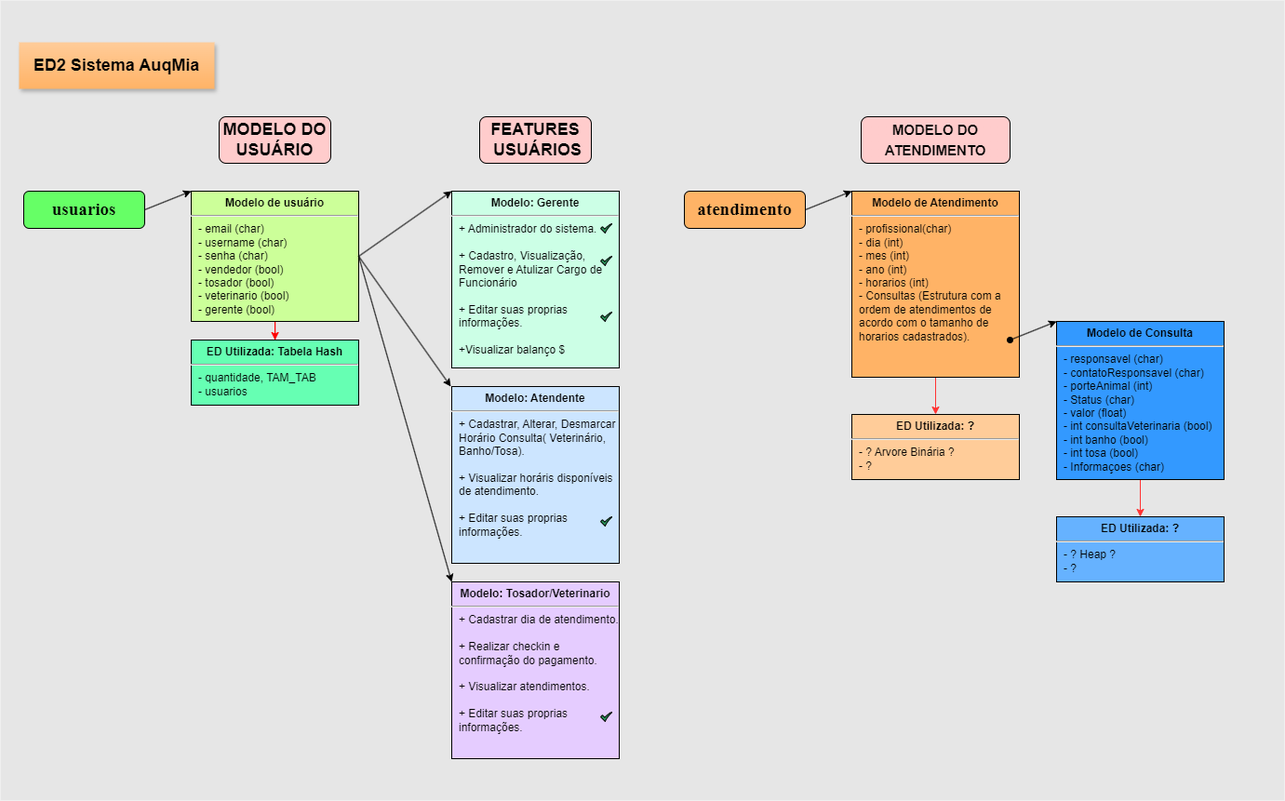
Above: Utils/Diagrama_Do_Sistema/AUQMIA-DIAGRAMA-BASE.png in IzaiasValentim/PETSHOP_AuqMia (draw.io), before the change. Source tidied: cells renumbered, new cells last; positions are measured from the earlier drawing's top-left corner, leaving out a move shared by most shapes.
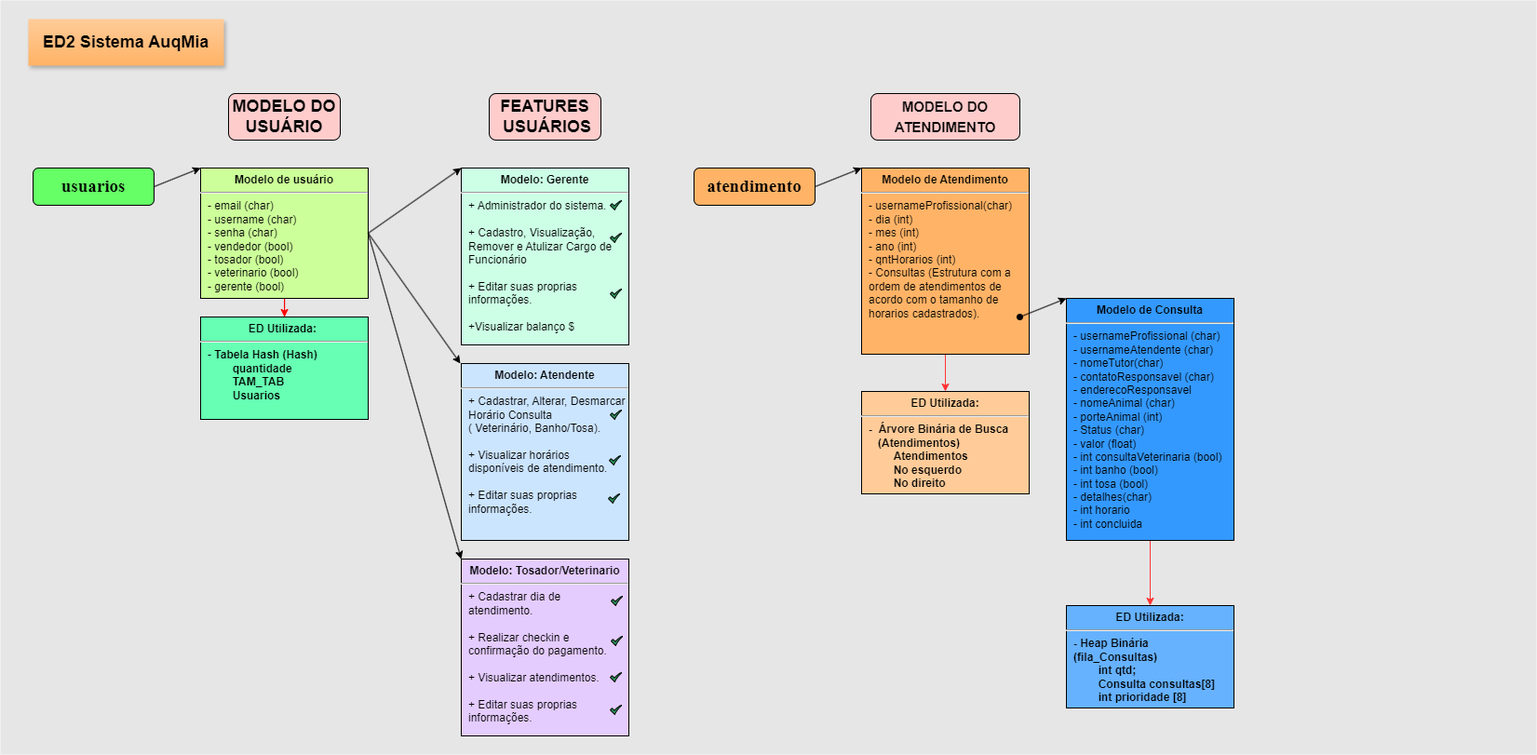
After the change.

Commit message:
doc/ Atualização do diagrama com estruturas de dados atualizadas e marcação das funções implementadas.

Change to the diagram source:
```diff
@@ -3,7 +3,7 @@
     <mxCell id="0" />
     <mxCell id="1" parent="0" />
     <mxCell id="2" style="rounded=0;whiteSpace=wrap;html=1;fillColor=#E6E6E6;" parent="1" vertex="1">
-      <mxGeometry width="1380" height="860" as="geometry" />
+      <mxGeometry x="-10" y="25" width="1650" height="810" as="geometry" />
     </mxCell>
     <mxCell id="3" style="rounded=1;whiteSpace=wrap;html=1;fillColor=#66FF66;strokeColor=#000000;fontColor=#000000;" parent="1" vertex="1">
       <mxGeometry x="25" y="205" width="130" height="40" as="geometry" />
@@ -26,10 +26,10 @@
     <mxCell id="9" style="sketch=0;html=1;strokeColor=#000000;shadow=0;align=center;fillColor=#2D9C5E;verticalAlign=top;labelPosition=center;verticalLabelPosition=bottom;shape=mxgraph.gcp2.check;fontColor=#000000;" parent="1" vertex="1">
       <mxGeometry x="645" y="275" width="12.5" height="10" as="geometry" />
     </mxCell>
-    <mxCell id="10" value="&lt;p style=&quot;margin:0px;margin-top:6px;text-align:center;&quot;&gt;&lt;b&gt;Modelo: Atendente&lt;/b&gt;&lt;/p&gt;&lt;hr&gt;&lt;p style=&quot;margin:0px;margin-left:8px;&quot;&gt;+ Cadastrar, Alterar, Desmarcar Horário Consulta( Veterinário, Banho/Tosa).&lt;br&gt;&lt;br&gt;&lt;/p&gt;&lt;p style=&quot;margin:0px;margin-left:8px;&quot;&gt;+ Visualizar horáris disponíveis de atendimento.&lt;/p&gt;&lt;p style=&quot;margin:0px;margin-left:8px;&quot;&gt;&lt;br&gt;&lt;/p&gt;&lt;p style=&quot;margin:0px;margin-left:8px;&quot;&gt;+ Editar suas proprias informações.&lt;/p&gt;&lt;p style=&quot;margin:0px;margin-left:8px;&quot;&gt;&lt;br&gt;&lt;/p&gt;" style="align=left;overflow=fill;html=1;whiteSpace=wrap;fillColor=#CCE5FF;strokeColor=#000000;fontColor=#000000;" parent="1" vertex="1">
+    <mxCell id="10" value="&lt;p style=&quot;margin:0px;margin-top:6px;text-align:center;&quot;&gt;&lt;b&gt;Modelo: Atendente&lt;/b&gt;&lt;/p&gt;&lt;hr&gt;&lt;p style=&quot;margin:0px;margin-left:8px;&quot;&gt;+ Cadastrar, Alterar, Desmarcar Horário Consulta&lt;/p&gt;&lt;p style=&quot;margin:0px;margin-left:8px;&quot;&gt;( Veterinário, Banho/Tosa).&lt;br&gt;&lt;br&gt;&lt;/p&gt;&lt;p style=&quot;margin:0px;margin-left:8px;&quot;&gt;+ Visualizar horários disponíveis de atendimento.&lt;/p&gt;&lt;p style=&quot;margin:0px;margin-left:8px;&quot;&gt;&lt;br&gt;&lt;/p&gt;&lt;p style=&quot;margin:0px;margin-left:8px;&quot;&gt;+ Editar suas proprias informações.&lt;/p&gt;&lt;p style=&quot;margin:0px;margin-left:8px;&quot;&gt;&lt;br&gt;&lt;/p&gt;" style="align=left;overflow=fill;html=1;whiteSpace=wrap;fillColor=#CCE5FF;strokeColor=#000000;fontColor=#000000;" parent="1" vertex="1">
       <mxGeometry x="485" y="415" width="180" height="190" as="geometry" />
     </mxCell>
-    <mxCell id="11" value="&lt;p style=&quot;margin:0px;margin-top:6px;text-align:center;&quot;&gt;&lt;b&gt;Modelo: Tosador/Veterinario&lt;/b&gt;&lt;/p&gt;&lt;hr&gt;&lt;p style=&quot;margin:0px;margin-left:8px;&quot;&gt;+ Cadastrar dia de atendimento.&lt;br&gt;&lt;br&gt;&lt;/p&gt;&lt;p style=&quot;margin:0px;margin-left:8px;&quot;&gt;+ Realizar checkin e confirmação do pagamento.&lt;/p&gt;&lt;p style=&quot;margin:0px;margin-left:8px;&quot;&gt;&lt;br&gt;&lt;/p&gt;&lt;p style=&quot;margin:0px;margin-left:8px;&quot;&gt;+ Visualizar atendimentos.&lt;/p&gt;&lt;p style=&quot;margin:0px;margin-left:8px;&quot;&gt;&lt;br&gt;&lt;/p&gt;&lt;p style=&quot;margin:0px;margin-left:8px;&quot;&gt;+ Editar suas proprias informações.&lt;/p&gt;&lt;p style=&quot;margin:0px;margin-left:8px;&quot;&gt;&lt;br&gt;&lt;/p&gt;" style="align=left;overflow=fill;html=1;whiteSpace=wrap;fillColor=#E5CCFF;strokeColor=#000000;fontColor=#000000;" parent="1" vertex="1">
+    <mxCell id="11" value="&lt;p style=&quot;margin:0px;margin-top:6px;text-align:center;&quot;&gt;&lt;b&gt;Modelo: Tosador/Veterinario&lt;/b&gt;&lt;/p&gt;&lt;hr&gt;&lt;p style=&quot;margin:0px;margin-left:8px;&quot;&gt;+ Cadastrar dia de&amp;nbsp;&lt;/p&gt;&lt;p style=&quot;margin:0px;margin-left:8px;&quot;&gt;atendimento.&lt;br&gt;&lt;br&gt;&lt;/p&gt;&lt;p style=&quot;margin:0px;margin-left:8px;&quot;&gt;+ Realizar checkin e confirmação do pagamento.&lt;/p&gt;&lt;p style=&quot;margin:0px;margin-left:8px;&quot;&gt;&lt;br&gt;&lt;/p&gt;&lt;p style=&quot;margin:0px;margin-left:8px;&quot;&gt;+ Visualizar atendimentos.&lt;/p&gt;&lt;p style=&quot;margin:0px;margin-left:8px;&quot;&gt;&lt;br&gt;&lt;/p&gt;&lt;p style=&quot;margin:0px;margin-left:8px;&quot;&gt;+ Editar suas proprias informações.&lt;/p&gt;&lt;p style=&quot;margin:0px;margin-left:8px;&quot;&gt;&lt;br&gt;&lt;/p&gt;" style="align=left;overflow=fill;html=1;whiteSpace=wrap;fillColor=#E5CCFF;strokeColor=#000000;fontColor=#000000;" parent="1" vertex="1">
       <mxGeometry x="485" y="625" width="180" height="190" as="geometry" />
     </mxCell>
     <mxCell id="12" style="sketch=0;html=1;strokeColor=#000000;shadow=0;align=center;fillColor=#2D9C5E;verticalAlign=top;labelPosition=center;verticalLabelPosition=bottom;shape=mxgraph.gcp2.check;fontColor=#000000;" parent="1" vertex="1">
@@ -44,8 +44,8 @@
     <mxCell id="15" value="&lt;p style=&quot;margin:0px;margin-top:6px;text-align:center;&quot;&gt;&lt;b&gt;Modelo de usuário&lt;/b&gt;&lt;/p&gt;&lt;hr&gt;&lt;p style=&quot;margin:0px;margin-left:8px;&quot;&gt;- email (char)&lt;/p&gt;&lt;p style=&quot;margin:0px;margin-left:8px;&quot;&gt;- username&amp;nbsp;&lt;span style=&quot;background-color: initial;&quot;&gt;(char)&lt;/span&gt;&lt;/p&gt;&lt;p style=&quot;margin:0px;margin-left:8px;&quot;&gt;- senha&amp;nbsp;&lt;span style=&quot;background-color: initial;&quot;&gt;(char)&lt;/span&gt;&lt;/p&gt;&lt;p style=&quot;margin:0px;margin-left:8px;&quot;&gt;- vendedor (bool)&lt;/p&gt;&lt;p style=&quot;margin:0px;margin-left:8px;&quot;&gt;- tosador (bool)&lt;br&gt;&lt;/p&gt;&lt;p style=&quot;margin:0px;margin-left:8px;&quot;&gt;- veterinario (bool)&lt;br&gt;&lt;/p&gt;&lt;p style=&quot;margin:0px;margin-left:8px;&quot;&gt;- gerente (bool)&lt;br&gt;&lt;/p&gt;" style="align=left;overflow=fill;html=1;whiteSpace=wrap;fillColor=#CCFF99;strokeColor=#000000;fontColor=#000000;" parent="1" vertex="1">
       <mxGeometry x="205" y="205" width="180" height="140" as="geometry" />
     </mxCell>
-    <mxCell id="16" value="&lt;p style=&quot;margin:0px;margin-top:6px;text-align:center;&quot;&gt;&lt;b&gt;ED Utilizada: Tabela Hash&lt;/b&gt;&lt;/p&gt;&lt;hr&gt;&lt;p style=&quot;margin:0px;margin-left:8px;&quot;&gt;- quantidade, TAM_TAB&lt;/p&gt;&lt;p style=&quot;margin:0px;margin-left:8px;&quot;&gt;- usuarios&lt;/p&gt;" style="align=left;overflow=fill;html=1;whiteSpace=wrap;fillColor=#66FFB3;strokeColor=#000000;fontColor=#000000;" parent="1" vertex="1">
-      <mxGeometry x="205" y="365" width="180" height="70" as="geometry" />
+    <mxCell id="16" value="&lt;p style=&quot;margin:0px;margin-top:6px;text-align:center;&quot;&gt;&lt;b&gt;ED Utilizada:&amp;nbsp;&lt;/b&gt;&lt;/p&gt;&lt;hr&gt;&lt;p style=&quot;margin:0px;margin-left:8px;&quot;&gt;-&amp;nbsp;&lt;b style=&quot;background-color: initial; text-align: center;&quot;&gt;Tabela Hash (Hash)&lt;/b&gt;&lt;/p&gt;&lt;p style=&quot;margin:0px;margin-left:8px;&quot;&gt;&lt;b style=&quot;background-color: initial; text-align: center;&quot;&gt;&lt;span style=&quot;white-space: pre;&quot;&gt;&#9;&lt;/span&gt;quantidade&lt;br&gt;&lt;/b&gt;&lt;/p&gt;&lt;p style=&quot;margin:0px;margin-left:8px;&quot;&gt;&lt;b style=&quot;background-color: initial; text-align: center;&quot;&gt;&lt;span style=&quot;white-space: pre;&quot;&gt;&#9;&lt;/span&gt;TAM_TAB&lt;br&gt;&lt;/b&gt;&lt;/p&gt;&lt;p style=&quot;margin:0px;margin-left:8px;&quot;&gt;&lt;b style=&quot;background-color: initial; text-align: center;&quot;&gt;&lt;span style=&quot;white-space: pre;&quot;&gt;&#9;&lt;/span&gt;Usuarios&lt;br&gt;&lt;/b&gt;&lt;/p&gt;&lt;p style=&quot;margin:0px;margin-left:8px;&quot;&gt;&lt;b style=&quot;background-color: initial; text-align: center;&quot;&gt;&lt;br&gt;&lt;/b&gt;&lt;/p&gt;" style="align=left;overflow=fill;html=1;whiteSpace=wrap;fillColor=#66FFB3;strokeColor=#000000;fontColor=#000000;" parent="1" vertex="1">
+      <mxGeometry x="205" y="365" width="180" height="110" as="geometry" />
     </mxCell>
     <mxCell id="17" style="rounded=1;whiteSpace=wrap;html=1;fillColor=#FFB366;strokeColor=#000000;fontColor=#000000;" parent="1" vertex="1">
       <mxGeometry x="735" y="205" width="130" height="40" as="geometry" />
@@ -59,26 +59,26 @@
     <mxCell id="20" style="edgeStyle=orthogonalEdgeStyle;rounded=0;jettySize=auto;html=1;strokeColor=#FF3333;" parent="1" edge="1" source="21" target="22">
       <mxGeometry relative="1" as="geometry" />
     </mxCell>
-    <mxCell id="21" value="&lt;p style=&quot;margin:0px;margin-top:6px;text-align:center;&quot;&gt;&lt;b&gt;Modelo de Atendimento&lt;/b&gt;&lt;/p&gt;&lt;hr&gt;&lt;p style=&quot;margin:0px;margin-left:8px;&quot;&gt;- profissional(char)&lt;/p&gt;&lt;p style=&quot;margin:0px;margin-left:8px;&quot;&gt;- dia&amp;nbsp;&lt;span style=&quot;background-color: initial;&quot;&gt;(int)&lt;/span&gt;&lt;/p&gt;&lt;p style=&quot;margin:0px;margin-left:8px;&quot;&gt;- mes&amp;nbsp;&lt;span style=&quot;background-color: initial;&quot;&gt;(int)&lt;/span&gt;&lt;/p&gt;&lt;p style=&quot;margin:0px;margin-left:8px;&quot;&gt;- ano (int)&lt;/p&gt;&lt;p style=&quot;margin:0px;margin-left:8px;&quot;&gt;- horarios (int)&lt;/p&gt;&lt;p style=&quot;margin:0px;margin-left:8px;&quot;&gt;- Consultas (Estrutura com a ordem de atendimentos de acordo com o tamanho de horarios cadastrados).&lt;/p&gt;" style="align=left;overflow=fill;html=1;whiteSpace=wrap;fillColor=#FFB366;strokeColor=#000000;fontColor=#000000;" parent="1" vertex="1">
+    <mxCell id="21" value="&lt;p style=&quot;margin:0px;margin-top:6px;text-align:center;&quot;&gt;&lt;b&gt;Modelo de Atendimento&lt;/b&gt;&lt;/p&gt;&lt;hr&gt;&lt;p style=&quot;margin:0px;margin-left:8px;&quot;&gt;- usernameProfissional(char)&lt;/p&gt;&lt;p style=&quot;margin:0px;margin-left:8px;&quot;&gt;- dia&amp;nbsp;&lt;span style=&quot;background-color: initial;&quot;&gt;(int)&lt;/span&gt;&lt;/p&gt;&lt;p style=&quot;margin:0px;margin-left:8px;&quot;&gt;- mes&amp;nbsp;&lt;span style=&quot;background-color: initial;&quot;&gt;(int)&lt;/span&gt;&lt;/p&gt;&lt;p style=&quot;margin:0px;margin-left:8px;&quot;&gt;- ano (int)&lt;/p&gt;&lt;p style=&quot;margin:0px;margin-left:8px;&quot;&gt;- qntHorarios (int)&lt;/p&gt;&lt;p style=&quot;margin:0px;margin-left:8px;&quot;&gt;- Consultas (Estrutura com a ordem de atendimentos de acordo com o tamanho de horarios cadastrados).&lt;/p&gt;" style="align=left;overflow=fill;html=1;whiteSpace=wrap;fillColor=#FFB366;strokeColor=#000000;fontColor=#000000;" parent="1" vertex="1">
       <mxGeometry x="915" y="205" width="180" height="200" as="geometry" />
     </mxCell>
-    <mxCell id="22" value="&lt;p style=&quot;margin:0px;margin-top:6px;text-align:center;&quot;&gt;&lt;b&gt;ED Utilizada: ?&lt;/b&gt;&lt;/p&gt;&lt;hr&gt;&lt;p style=&quot;margin:0px;margin-left:8px;&quot;&gt;- ? Arvore Binária ?&lt;/p&gt;&lt;p style=&quot;margin:0px;margin-left:8px;&quot;&gt;- ?&lt;/p&gt;" style="align=left;overflow=fill;html=1;whiteSpace=wrap;fillColor=#FFCC99;strokeColor=#000000;fontColor=#000000;" parent="1" vertex="1">
-      <mxGeometry x="915" y="445" width="180" height="70" as="geometry" />
+    <mxCell id="22" value="&lt;p style=&quot;margin:0px;margin-top:6px;text-align:center;&quot;&gt;&lt;b&gt;ED Utilizada:&lt;/b&gt;&lt;/p&gt;&lt;hr&gt;&lt;p style=&quot;margin:0px;margin-left:8px;&quot;&gt;&lt;b&gt;-&amp;nbsp; Árvore Binária de Busca&lt;/b&gt;&lt;/p&gt;&lt;p style=&quot;margin:0px;margin-left:8px;&quot;&gt;&lt;b&gt;&amp;nbsp; &amp;nbsp;(Atendimentos)&lt;/b&gt;&lt;/p&gt;&lt;p style=&quot;margin:0px;margin-left:8px;&quot;&gt;&lt;b&gt;&lt;span style=&quot;white-space: pre;&quot;&gt;&#9;&lt;/span&gt;Atendimentos&lt;br&gt;&lt;/b&gt;&lt;/p&gt;&lt;p style=&quot;margin:0px;margin-left:8px;&quot;&gt;&lt;b&gt;&lt;span style=&quot;white-space: pre;&quot;&gt;&#9;&lt;/span&gt;No esquerdo&lt;br&gt;&lt;/b&gt;&lt;/p&gt;&lt;p style=&quot;margin:0px;margin-left:8px;&quot;&gt;&lt;b&gt;&lt;span style=&quot;white-space: pre;&quot;&gt;&#9;&lt;/span&gt;No direito&lt;br&gt;&lt;/b&gt;&lt;/p&gt;&lt;p style=&quot;margin:0px;margin-left:8px;&quot;&gt;&lt;span style=&quot;white-space: pre;&quot;&gt;&lt;b&gt;&#9;&lt;/b&gt;&lt;/span&gt;&lt;br&gt;&lt;/p&gt;" style="align=left;overflow=fill;html=1;whiteSpace=wrap;fillColor=#FFCC99;strokeColor=#000000;fontColor=#000000;" parent="1" vertex="1">
+      <mxGeometry x="915" y="445" width="180" height="110" as="geometry" />
     </mxCell>
     <mxCell id="23" style="edgeStyle=orthogonalEdgeStyle;rounded=0;jettySize=auto;html=1;strokeColor=#FF3333;" parent="1" edge="1" source="24" target="25">
       <mxGeometry relative="1" as="geometry" />
     </mxCell>
-    <mxCell id="24" value="&lt;p style=&quot;margin:0px;margin-top:6px;text-align:center;&quot;&gt;&lt;b&gt;Modelo de Consulta&lt;/b&gt;&lt;/p&gt;&lt;hr&gt;&lt;p style=&quot;margin:0px;margin-left:8px;&quot;&gt;- responsavel (char)&lt;/p&gt;&lt;p style=&quot;margin:0px;margin-left:8px;&quot;&gt;- contatoResponsavel (char)&lt;/p&gt;&lt;p style=&quot;margin:0px;margin-left:8px;&quot;&gt;- porteAnimal (int)&lt;/p&gt;&lt;p style=&quot;margin:0px;margin-left:8px;&quot;&gt;- Status (char)&lt;/p&gt;&lt;p style=&quot;margin:0px;margin-left:8px;&quot;&gt;- valor (float)&lt;/p&gt;&lt;p style=&quot;margin: 0px 0px 0px 8px;&quot;&gt;- int consultaVeterinaria (bool)&lt;br&gt;&lt;/p&gt;&lt;p style=&quot;margin: 0px 0px 0px 8px;&quot;&gt;- int banho (bool)&lt;/p&gt;&lt;p style=&quot;margin: 0px 0px 0px 8px;&quot;&gt;- int tosa (bool)&lt;/p&gt;&lt;p style=&quot;margin:0px;margin-left:8px;&quot;&gt;- Informaçoes (char)&lt;/p&gt;" style="align=left;overflow=fill;html=1;whiteSpace=wrap;fillColor=#3399FF;strokeColor=#000000;fontColor=#000000;" parent="1" vertex="1">
-      <mxGeometry x="1135" y="345" width="180" height="170" as="geometry" />
+    <mxCell id="24" value="&lt;p style=&quot;margin:0px;margin-top:6px;text-align:center;&quot;&gt;&lt;b&gt;Modelo de Consulta&lt;/b&gt;&lt;/p&gt;&lt;hr&gt;&lt;p style=&quot;margin:0px;margin-left:8px;&quot;&gt;&lt;span style=&quot;background-color: initial;&quot;&gt;- usernameProfissional&amp;nbsp;&lt;/span&gt;&lt;span style=&quot;background-color: initial;&quot;&gt;(char)&lt;/span&gt;&lt;br&gt;&lt;/p&gt;&lt;p style=&quot;margin:0px;margin-left:8px;&quot;&gt;- usernameAtendente&amp;nbsp;&lt;span style=&quot;background-color: initial;&quot;&gt;(char)&lt;/span&gt;&lt;/p&gt;&lt;p style=&quot;margin:0px;margin-left:8px;&quot;&gt;- nomeTutor(char)&lt;/p&gt;&lt;p style=&quot;margin:0px;margin-left:8px;&quot;&gt;- contatoResponsavel (char)&lt;/p&gt;&lt;p style=&quot;margin:0px;margin-left:8px;&quot;&gt;- enderecoResponsavel&lt;/p&gt;&lt;p style=&quot;margin:0px;margin-left:8px;&quot;&gt;- nomeAnimal&amp;nbsp;&lt;span style=&quot;background-color: initial;&quot;&gt;(char)&lt;/span&gt;&lt;/p&gt;&lt;p style=&quot;margin:0px;margin-left:8px;&quot;&gt;- porteAnimal (int)&lt;/p&gt;&lt;p style=&quot;margin:0px;margin-left:8px;&quot;&gt;- Status (char)&lt;/p&gt;&lt;p style=&quot;margin:0px;margin-left:8px;&quot;&gt;- valor (float)&lt;/p&gt;&lt;p style=&quot;margin: 0px 0px 0px 8px;&quot;&gt;- int consultaVeterinaria (bool)&lt;br&gt;&lt;/p&gt;&lt;p style=&quot;margin: 0px 0px 0px 8px;&quot;&gt;- int banho (bool)&lt;/p&gt;&lt;p style=&quot;margin: 0px 0px 0px 8px;&quot;&gt;- int tosa (bool)&lt;/p&gt;&lt;p style=&quot;margin:0px;margin-left:8px;&quot;&gt;- detalhes(char)&lt;/p&gt;&lt;p style=&quot;margin:0px;margin-left:8px;&quot;&gt;- int horario&lt;/p&gt;&lt;p style=&quot;margin:0px;margin-left:8px;&quot;&gt;- int concluida&lt;/p&gt;" style="align=left;overflow=fill;html=1;whiteSpace=wrap;fillColor=#3399FF;strokeColor=#000000;fontColor=#000000;" parent="1" vertex="1">
+      <mxGeometry x="1135" y="345" width="180" height="260" as="geometry" />
     </mxCell>
-    <mxCell id="25" value="&lt;p style=&quot;margin:0px;margin-top:6px;text-align:center;&quot;&gt;&lt;b&gt;ED Utilizada: ?&lt;/b&gt;&lt;/p&gt;&lt;hr&gt;&lt;p style=&quot;margin:0px;margin-left:8px;&quot;&gt;- ? Heap ?&lt;/p&gt;&lt;p style=&quot;margin:0px;margin-left:8px;&quot;&gt;- ?&lt;/p&gt;" style="align=left;overflow=fill;html=1;whiteSpace=wrap;fillColor=#66B2FF;strokeColor=#000000;fontColor=#000000;" parent="1" vertex="1">
-      <mxGeometry x="1135" y="555" width="180" height="70" as="geometry" />
+    <mxCell id="25" value="&lt;p style=&quot;margin:0px;margin-top:6px;text-align:center;&quot;&gt;&lt;b&gt;ED Utilizada:&lt;/b&gt;&lt;/p&gt;&lt;hr&gt;&lt;p style=&quot;margin:0px;margin-left:8px;&quot;&gt;&lt;b&gt;- Heap Binária (fila_Consultas)&lt;/b&gt;&lt;/p&gt;&lt;p style=&quot;margin:0px;margin-left:8px;&quot;&gt;&lt;b&gt;&lt;span style=&quot;white-space: pre;&quot;&gt;&#9;&lt;/span&gt;int qtd;&lt;br&gt;&lt;/b&gt;&lt;/p&gt;&lt;p style=&quot;margin:0px;margin-left:8px;&quot;&gt;&lt;b&gt;&lt;span style=&quot;white-space: pre;&quot;&gt;&#9;&lt;/span&gt;Consulta consultas[8]&lt;br&gt;&lt;/b&gt;&lt;/p&gt;&lt;p style=&quot;margin:0px;margin-left:8px;&quot;&gt;&lt;b&gt;&lt;span style=&quot;white-space: pre;&quot;&gt;&#9;&lt;/span&gt;int prioridade [8]&lt;/b&gt;&lt;br&gt;&lt;/p&gt;" style="align=left;overflow=fill;html=1;whiteSpace=wrap;fillColor=#66B2FF;strokeColor=#000000;fontColor=#000000;" parent="1" vertex="1">
+      <mxGeometry x="1135" y="675" width="180" height="110" as="geometry" />
     </mxCell>
     <mxCell id="26" style="sketch=0;html=1;strokeColor=#000000;shadow=0;align=center;fillColor=#2D9C5E;verticalAlign=top;labelPosition=center;verticalLabelPosition=bottom;shape=mxgraph.gcp2.check;fontColor=#000000;" parent="1" vertex="1">
-      <mxGeometry x="645" y="555" width="12.5" height="10" as="geometry" />
+      <mxGeometry x="643" y="555" width="12.5" height="10" as="geometry" />
     </mxCell>
     <mxCell id="27" style="sketch=0;html=1;strokeColor=#000000;shadow=0;align=center;fillColor=#2D9C5E;verticalAlign=top;labelPosition=center;verticalLabelPosition=bottom;shape=mxgraph.gcp2.check;fontColor=#000000;" parent="1" vertex="1">
-      <mxGeometry x="645" y="765" width="12.5" height="10" as="geometry" />
+      <mxGeometry x="645" y="782" width="12.5" height="10" as="geometry" />
     </mxCell>
     <mxCell id="28" style="endArrow=classic;html=1;rounded=0;exitX=1;exitY=0.5;exitDx=0;exitDy=0;entryX=0;entryY=0;entryDx=0;entryDy=0;strokeColor=#000000;" parent="1" edge="1" source="15" target="6">
       <mxGeometry relative="1" as="geometry" />
@@ -102,5 +102,20 @@
         <mxPoint x="1085" y="365" as="sourcePoint" />
       </mxGeometry>
     </mxCell>
+    <mxCell id="34" style="sketch=0;html=1;strokeColor=#000000;shadow=0;align=center;fillColor=#2D9C5E;verticalAlign=top;labelPosition=center;verticalLabelPosition=bottom;shape=mxgraph.gcp2.check;fontColor=#000000;" parent="1" vertex="1">
+      <mxGeometry x="645" y="465" width="12.5" height="10" as="geometry" />
+    </mxCell>
+    <mxCell id="35" style="sketch=0;html=1;strokeColor=#000000;shadow=0;align=center;fillColor=#2D9C5E;verticalAlign=top;labelPosition=center;verticalLabelPosition=bottom;shape=mxgraph.gcp2.check;fontColor=#000000;" parent="1" vertex="1">
+      <mxGeometry x="644" y="514" width="12.5" height="10" as="geometry" />
+    </mxCell>
+    <mxCell id="36" style="sketch=0;html=1;strokeColor=#000000;shadow=0;align=center;fillColor=#2D9C5E;verticalAlign=top;labelPosition=center;verticalLabelPosition=bottom;shape=mxgraph.gcp2.check;fontColor=#000000;" parent="1" vertex="1">
+      <mxGeometry x="645" y="747" width="12.5" height="10" as="geometry" />
+    </mxCell>
+    <mxCell id="37" style="sketch=0;html=1;strokeColor=#000000;shadow=0;align=center;fillColor=#2D9C5E;verticalAlign=top;labelPosition=center;verticalLabelPosition=bottom;shape=mxgraph.gcp2.check;fontColor=#000000;" parent="1" vertex="1">
+      <mxGeometry x="646" y="708" width="12.5" height="10" as="geometry" />
+    </mxCell>
+    <mxCell id="38" style="sketch=0;html=1;strokeColor=#000000;shadow=0;align=center;fillColor=#2D9C5E;verticalAlign=top;labelPosition=center;verticalLabelPosition=bottom;shape=mxgraph.gcp2.check;fontColor=#000000;" parent="1" vertex="1">
+      <mxGeometry x="646" y="665" width="12.5" height="10" as="geometry" />
+    </mxCell>
   </root>
 </mxGraphModel>
```
